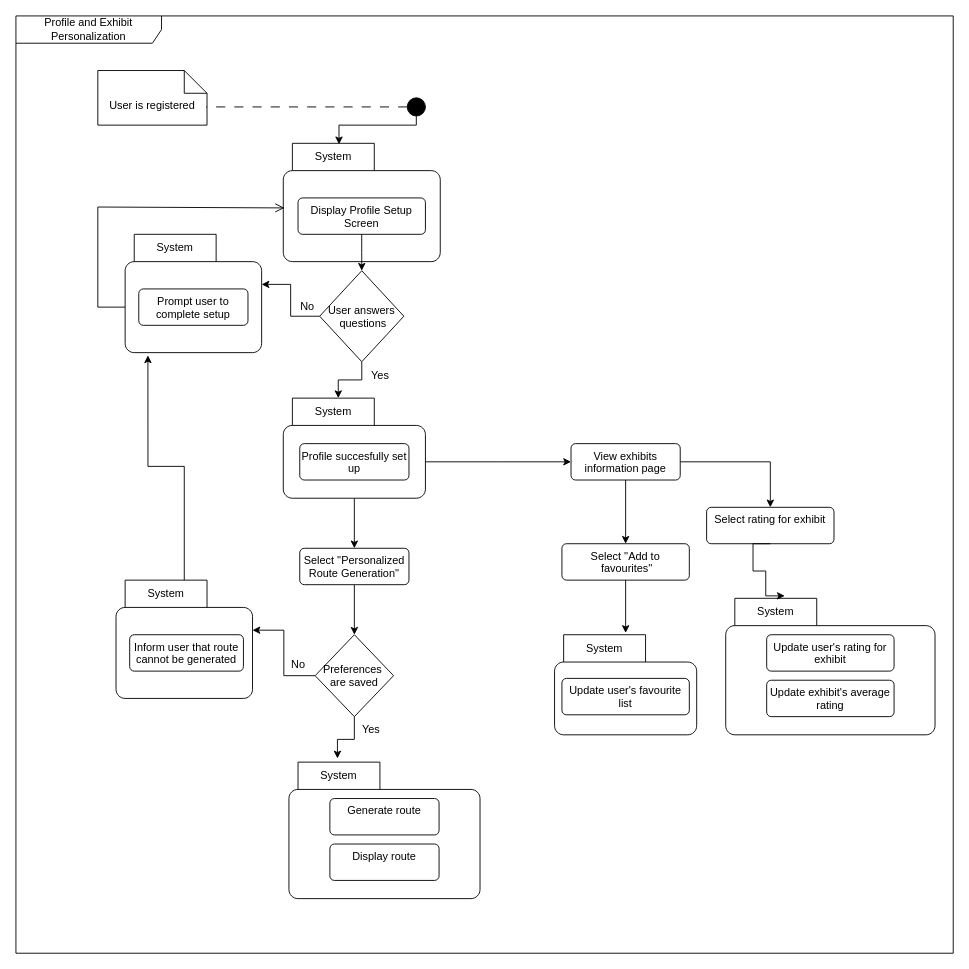
Earlier version of the draw.io diagram Activity Diagrams/Profile and Exhibit Personalization.drawio (gsklaven/MusePath). Source tidied: cells renumbered, new cells numbered last; positions are measured from the earlier drawing's top-left corner, leaving out a move shared by most shapes. Both pictures are drawn from the tidied source at 91%, with x=0, y=0 at pixel (15, 15).
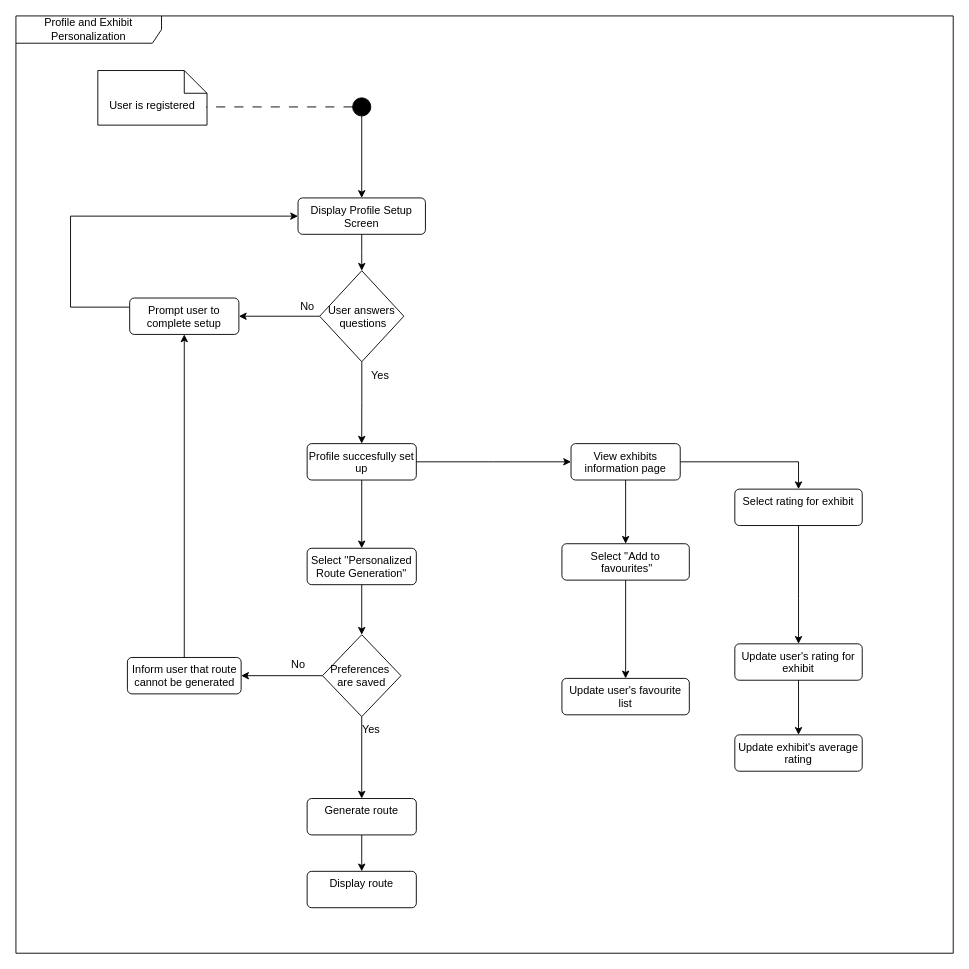
After the change.

Commit message (it also covers changes not shown here):
fix personalization activity diagram

The change refers to these unchanged cells:
```xml
<mxCell id="7" value="Display Profile Setup Screen" style="html=1;align=center;verticalAlign=top;rounded=1;absoluteArcSize=1;arcSize=10;dashed=0;whiteSpace=wrap;" parent="1" vertex="1">
  <mxGeometry x="310" y="200" width="140" height="40" as="geometry" />
</mxCell>
<mxCell id="9" value="User answers&#10; questions" style="rhombus;" parent="1" vertex="1">
  <mxGeometry x="333.8" y="280" width="92.5" height="100" as="geometry" />
</mxCell>
<mxCell id="40" value="Select ''Add to&lt;div&gt;&amp;nbsp;favourites''&lt;/div&gt;" style="html=1;align=center;verticalAlign=top;rounded=1;absoluteArcSize=1;arcSize=10;dashed=0;whiteSpace=wrap;" parent="1" vertex="1">
  <mxGeometry x="600" y="580" width="140" height="40" as="geometry" />
</mxCell>
<mxCell id="43" value="Update user's favourite list" style="html=1;align=center;verticalAlign=top;rounded=1;absoluteArcSize=1;arcSize=10;dashed=0;whiteSpace=wrap;" parent="1" vertex="1">
  <mxGeometry x="600" y="728" width="140" height="40" as="geometry" />
</mxCell>
```

The edit, as a diff of the source:
```diff
@@
-    <mxCell id="2" value="System" style="shape=folder;align=center;verticalAlign=middle;fontStyle=0;tabWidth=100;tabHeight=30;tabPosition=left;html=1;boundedLbl=1;labelInHeader=1;rounded=1;absoluteArcSize=1;arcSize=10;whiteSpace=wrap;" parent="1" vertex="1">
-      <mxGeometry x="293.8" y="140" width="172.5" height="130" as="geometry" />
-    </mxCell>
@@
-    <mxCell id="5" style="ellipse;fillColor=strokeColor;html=1;" parent="1" vertex="1">
-      <mxGeometry x="430" y="90" width="20" height="20" as="geometry" />
-    </mxCell>
@@
-    <mxCell id="8" style="edgeStyle=orthogonalEdgeStyle;rounded=0;jettySize=auto;html=1;exitX=0.5;exitY=1;exitDx=0;exitDy=0;entryX=0.387;entryY=0;entryDx=0;entryDy=0;entryPerimeter=0;" parent="1" edge="1" source="9" target="19">
-      <mxGeometry relative="1" as="geometry" />
-    </mxCell>
+    <mxCell id="50" style="edgeStyle=orthogonalEdgeStyle;rounded=0;jettySize=auto;html=1;entryX=0.5;entryY=0;entryDx=0;entryDy=0;" parent="1" edge="1" source="9" target="23">
+      <mxGeometry relative="1" as="geometry" />
+    </mxCell>
@@
-    <mxCell id="10" value="System" style="shape=folder;align=center;verticalAlign=middle;fontStyle=0;tabWidth=100;tabHeight=30;tabPosition=left;html=1;boundedLbl=1;labelInHeader=1;rounded=1;absoluteArcSize=1;arcSize=10;whiteSpace=wrap;" parent="1" vertex="1">
-      <mxGeometry x="120" y="240" width="150" height="130" as="geometry" />
-    </mxCell>
-    <mxCell id="11" value="Prompt user to complete setup" style="html=1;align=center;verticalAlign=top;rounded=1;absoluteArcSize=1;arcSize=10;dashed=0;whiteSpace=wrap;" parent="1" vertex="1">
-      <mxGeometry x="135" y="300" width="120" height="40" as="geometry" />
-    </mxCell>
-    <mxCell id="12" style="html=1;verticalAlign=bottom;labelBackgroundColor=none;endArrow=none;endFill=0;endSize=6;align=left;rounded=0;" parent="1" edge="1">
-      <mxGeometry x="-1" relative="1" as="geometry">
-        <mxPoint x="90" y="320" as="sourcePoint" />
-        <mxPoint x="90" y="210" as="targetPoint" />
-      </mxGeometry>
-    </mxCell>
-    <mxCell id="13" style="html=1;verticalAlign=bottom;labelBackgroundColor=none;endArrow=none;endFill=0;endSize=6;align=left;rounded=0;" parent="1" edge="1">
-      <mxGeometry x="-1" relative="1" as="geometry">
-        <mxPoint x="90" y="320" as="sourcePoint" />
-        <mxPoint x="120" y="320" as="targetPoint" />
-      </mxGeometry>
-    </mxCell>
+    <mxCell id="51" style="edgeStyle=orthogonalEdgeStyle;rounded=0;jettySize=auto;html=1;entryX=0;entryY=0.5;entryDx=0;entryDy=0;" parent="1" edge="1" source="11" target="7">
+      <mxGeometry relative="1" as="geometry">
+        <Array as="points">
+          <mxPoint x="60" y="320" />
+          <mxPoint x="60" y="220" />
+        </Array>
+      </mxGeometry>
+    </mxCell>
@@
-    <mxCell id="15" style="edgeStyle=orthogonalEdgeStyle;rounded=0;orthogonalLoop=1;jettySize=auto;html=1;exitX=1;exitY=0;exitDx=0;exitDy=0;entryX=0.5;entryY=0;entryDx=0;entryDy=0;" parent="1" edge="1" source="5" target="5">
-      <mxGeometry relative="1" as="geometry" />
-    </mxCell>
-    <mxCell id="16" style="edgeStyle=orthogonalEdgeStyle;rounded=0;jettySize=auto;html=1;entryX=0.355;entryY=0.008;entryDx=0;entryDy=0;entryPerimeter=0;" parent="1" edge="1" source="5" target="2">
+    <mxCell id="16" style="edgeStyle=orthogonalEdgeStyle;rounded=0;jettySize=auto;html=1;entryX=0.5;entryY=0;entryDx=0;entryDy=0;" parent="1" edge="1" source="5" target="7">
       <mxGeometry relative="1" as="geometry">
         <Array as="points">
-          <mxPoint x="440" y="120" />
-          <mxPoint x="355" y="120" />
+          <mxPoint x="380" y="100" />
+          <mxPoint x="380" y="100" />
         </Array>
       </mxGeometry>
     </mxCell>
-    <mxCell id="17" style="edgeStyle=orthogonalEdgeStyle;rounded=0;jettySize=auto;html=1;exitX=0.5;exitY=1;exitDx=0;exitDy=0;exitPerimeter=0;entryX=0.5;entryY=0;entryDx=0;entryDy=0;" parent="1" edge="1" source="19" target="25">
-      <mxGeometry relative="1" as="geometry" />
-    </mxCell>
-    <mxCell id="18" style="edgeStyle=orthogonalEdgeStyle;rounded=0;jettySize=auto;html=1;exitX=0;exitY=0;exitDx=156.25;exitDy=70;exitPerimeter=0;" parent="1" edge="1" source="19">
+    <mxCell id="18" style="edgeStyle=orthogonalEdgeStyle;rounded=0;jettySize=auto;html=1;exitX=1;exitY=0.5;exitDx=0;exitDy=0;" parent="1" edge="1" source="23">
       <mxGeometry relative="1" as="geometry">
         <mxPoint x="610" y="490" as="targetPoint" />
       </mxGeometry>
     </mxCell>
-    <mxCell id="19" value="System" style="shape=folder;align=center;verticalAlign=middle;fontStyle=0;tabWidth=100;tabHeight=30;tabPosition=left;html=1;boundedLbl=1;labelInHeader=1;rounded=1;absoluteArcSize=1;arcSize=10;whiteSpace=wrap;" parent="1" vertex="1">
-      <mxGeometry x="293.8" y="420" width="156.2" height="110" as="geometry" />
-    </mxCell>
-    <mxCell id="20" style="endArrow=open;startArrow=none;endFill=0;startFill=0;endSize=8;html=1;verticalAlign=bottom;labelBackgroundColor=none;strokeWidth=1;rounded=0;entryX=0.007;entryY=0.546;entryDx=0;entryDy=0;entryPerimeter=0;" parent="1" edge="1" target="2">
-      <mxGeometry relative="1" as="geometry">
-        <mxPoint x="90" y="210" as="sourcePoint" />
-      </mxGeometry>
-    </mxCell>
-    <mxCell id="21" style="edgeStyle=orthogonalEdgeStyle;rounded=0;jettySize=auto;html=1;exitX=0;exitY=0.5;exitDx=0;exitDy=0;entryX=0;entryY=0;entryDx=150;entryDy=55;entryPerimeter=0;" parent="1" edge="1" source="9" target="10">
-      <mxGeometry relative="1" as="geometry" />
+    <mxCell id="21" style="edgeStyle=orthogonalEdgeStyle;rounded=0;jettySize=auto;html=1;exitX=0;exitY=0.5;exitDx=0;exitDy=0;entryX=1;entryY=0.5;entryDx=0;entryDy=0;" parent="1" edge="1" source="9" target="11">
+      <mxGeometry relative="1" as="geometry">
+        <Array as="points">
+          <mxPoint x="255" y="330" />
+        </Array>
+      </mxGeometry>
     </mxCell>
@@
-    <mxCell id="23" value="Profile succesfully set up" style="html=1;align=center;verticalAlign=top;rounded=1;absoluteArcSize=1;arcSize=10;dashed=0;whiteSpace=wrap;" parent="1" vertex="1">
-      <mxGeometry x="311.9" y="470" width="120" height="40" as="geometry" />
-    </mxCell>
-    <mxCell id="24" style="edgeStyle=orthogonalEdgeStyle;rounded=0;jettySize=auto;html=1;exitX=0.5;exitY=1;exitDx=0;exitDy=0;entryX=0.5;entryY=0;entryDx=0;entryDy=0;" parent="1" edge="1" source="25" target="27">
-      <mxGeometry relative="1" as="geometry" />
-    </mxCell>
-    <mxCell id="25" value="Select ''Personalized Route Generation''" style="html=1;align=center;verticalAlign=top;rounded=1;absoluteArcSize=1;arcSize=10;dashed=0;whiteSpace=wrap;" parent="1" vertex="1">
-      <mxGeometry x="311.9" y="585" width="120" height="40" as="geometry" />
-    </mxCell>
-    <mxCell id="26" style="edgeStyle=orthogonalEdgeStyle;rounded=0;jettySize=auto;html=1;entryX=0;entryY=0;entryDx=150;entryDy=55;entryPerimeter=0;" parent="1" edge="1" source="27" target="29">
-      <mxGeometry relative="1" as="geometry" />
-    </mxCell>
-    <mxCell id="27" value="Preferences &#10;are saved" style="rhombus;" parent="1" vertex="1">
-      <mxGeometry x="328.8" y="680" width="86.2" height="90" as="geometry" />
-    </mxCell>
@@
-    <mxCell id="29" value="System" style="shape=folder;align=center;verticalAlign=middle;fontStyle=0;tabWidth=100;tabHeight=30;tabPosition=left;html=1;boundedLbl=1;labelInHeader=1;rounded=1;absoluteArcSize=1;arcSize=10;whiteSpace=wrap;" parent="1" vertex="1">
-      <mxGeometry x="110" y="620" width="150" height="130" as="geometry" />
-    </mxCell>
-    <mxCell id="30" style="edgeStyle=orthogonalEdgeStyle;rounded=0;jettySize=auto;html=1;entryX=0.167;entryY=1.023;entryDx=0;entryDy=0;entryPerimeter=0;" parent="1" edge="1" source="29" target="10">
-      <mxGeometry relative="1" as="geometry" />
-    </mxCell>
-    <mxCell id="31" value="Inform user that route cannot be generated" style="html=1;align=center;verticalAlign=top;rounded=1;absoluteArcSize=1;arcSize=10;dashed=0;whiteSpace=wrap;" parent="1" vertex="1">
-      <mxGeometry x="125" y="680" width="125" height="40" as="geometry" />
-    </mxCell>
-    <mxCell id="32" value="System" style="shape=folder;align=center;verticalAlign=middle;fontStyle=0;tabWidth=100;tabHeight=30;tabPosition=left;html=1;boundedLbl=1;labelInHeader=1;rounded=1;absoluteArcSize=1;arcSize=10;whiteSpace=wrap;" parent="1" vertex="1">
-      <mxGeometry x="300" y="820" width="210" height="150" as="geometry" />
-    </mxCell>
-    <mxCell id="33" value="Generate route" style="html=1;align=center;verticalAlign=top;rounded=1;absoluteArcSize=1;arcSize=10;dashed=0;whiteSpace=wrap;" parent="1" vertex="1">
-      <mxGeometry x="345" y="860" width="120" height="40" as="geometry" />
-    </mxCell>
-    <mxCell id="34" style="edgeStyle=orthogonalEdgeStyle;rounded=0;jettySize=auto;html=1;exitX=0.5;exitY=1;exitDx=0;exitDy=0;entryX=0.254;entryY=-0.027;entryDx=0;entryDy=0;entryPerimeter=0;" parent="1" edge="1" source="27" target="32">
-      <mxGeometry relative="1" as="geometry" />
-    </mxCell>
-    <mxCell id="35" value="Display route" style="html=1;align=center;verticalAlign=top;rounded=1;absoluteArcSize=1;arcSize=10;dashed=0;whiteSpace=wrap;" parent="1" vertex="1">
-      <mxGeometry x="345" y="910" width="120" height="40" as="geometry" />
-    </mxCell>
@@
-    <mxCell id="41" value="System" style="shape=folder;align=center;verticalAlign=middle;fontStyle=0;tabWidth=100;tabHeight=30;tabPosition=left;html=1;boundedLbl=1;labelInHeader=1;rounded=1;absoluteArcSize=1;arcSize=10;whiteSpace=wrap;" parent="1" vertex="1">
-      <mxGeometry x="591.9" y="680" width="156.2" height="110" as="geometry" />
-    </mxCell>
-    <mxCell id="42" style="edgeStyle=orthogonalEdgeStyle;rounded=0;jettySize=auto;html=1;exitX=0.5;exitY=1;exitDx=0;exitDy=0;entryX=0.5;entryY=-0.018;entryDx=0;entryDy=0;entryPerimeter=0;" parent="1" edge="1" source="40" target="41">
+    <mxCell id="42" style="edgeStyle=orthogonalEdgeStyle;rounded=0;jettySize=auto;html=1;exitX=0.5;exitY=1;exitDx=0;exitDy=0;entryX=0.5;entryY=0;entryDx=0;entryDy=0;" parent="1" edge="1" source="40" target="43">
       <mxGeometry relative="1" as="geometry" />
     </mxCell>
@@
+    <mxCell id="49" value="Profile and Exhibit Personalization" style="shape=umlFrame;whiteSpace=wrap;html=1;width=160;" parent="1" vertex="1">
+      <mxGeometry width="1030" height="1030" as="geometry" />
+    </mxCell>
+    <mxCell id="35" value="Display route" style="html=1;align=center;verticalAlign=top;rounded=1;absoluteArcSize=1;arcSize=10;dashed=0;whiteSpace=wrap;" parent="49" vertex="1">
+      <mxGeometry x="320" y="940" width="120" height="40" as="geometry" />
+    </mxCell>
+    <mxCell id="48" value="Update exhibit's average rating" style="html=1;align=center;verticalAlign=top;rounded=1;absoluteArcSize=1;arcSize=10;dashed=0;whiteSpace=wrap;" parent="49" vertex="1">
+      <mxGeometry x="790" y="790" width="140" height="40" as="geometry" />
+    </mxCell>
+    <mxCell id="5" style="ellipse;fillColor=strokeColor;html=1;" parent="49" vertex="1">
+      <mxGeometry x="370" y="90" width="20" height="20" as="geometry" />
+    </mxCell>
+    <mxCell id="15" style="edgeStyle=orthogonalEdgeStyle;rounded=0;orthogonalLoop=1;jettySize=auto;html=1;exitX=1;exitY=0;exitDx=0;exitDy=0;entryX=0.5;entryY=0;entryDx=0;entryDy=0;" parent="49" edge="1" source="5" target="5">
+      <mxGeometry relative="1" as="geometry" />
+    </mxCell>
+    <mxCell id="11" value="Prompt user to complete setup" style="html=1;align=center;verticalAlign=top;rounded=1;absoluteArcSize=1;arcSize=10;dashed=0;whiteSpace=wrap;" parent="49" vertex="1">
+      <mxGeometry x="125" y="310" width="120" height="40" as="geometry" />
+    </mxCell>
+    <mxCell id="23" value="Profile succesfully set up" style="html=1;align=center;verticalAlign=top;rounded=1;absoluteArcSize=1;arcSize=10;dashed=0;whiteSpace=wrap;" parent="49" vertex="1">
+      <mxGeometry x="320" y="470" width="120" height="40" as="geometry" />
+    </mxCell>
+    <mxCell id="25" value="Select ''Personalized Route Generation''" style="html=1;align=center;verticalAlign=top;rounded=1;absoluteArcSize=1;arcSize=10;dashed=0;whiteSpace=wrap;" parent="49" vertex="1">
+      <mxGeometry x="320" y="585" width="120" height="40" as="geometry" />
+    </mxCell>
+    <mxCell id="17" style="edgeStyle=orthogonalEdgeStyle;rounded=0;jettySize=auto;html=1;exitX=0.5;exitY=1;exitDx=0;exitDy=0;entryX=0.5;entryY=0;entryDx=0;entryDy=0;" parent="49" edge="1" source="23" target="25">
+      <mxGeometry relative="1" as="geometry" />
+    </mxCell>
+    <mxCell id="27" value="Preferences &#10;are saved" style="rhombus;" parent="49" vertex="1">
+      <mxGeometry x="336.9" y="680" width="86.2" height="90" as="geometry" />
+    </mxCell>
+    <mxCell id="24" style="edgeStyle=orthogonalEdgeStyle;rounded=0;jettySize=auto;html=1;exitX=0.5;exitY=1;exitDx=0;exitDy=0;entryX=0.5;entryY=0;entryDx=0;entryDy=0;" parent="49" edge="1" source="25" target="27">
+      <mxGeometry relative="1" as="geometry" />
+    </mxCell>
+    <mxCell id="33" value="Generate route" style="html=1;align=center;verticalAlign=top;rounded=1;absoluteArcSize=1;arcSize=10;dashed=0;whiteSpace=wrap;" parent="49" vertex="1">
+      <mxGeometry x="320" y="860" width="120" height="40" as="geometry" />
+    </mxCell>
+    <mxCell id="34" style="edgeStyle=orthogonalEdgeStyle;rounded=0;jettySize=auto;html=1;exitX=0.5;exitY=1;exitDx=0;exitDy=0;" parent="49" edge="1" source="27" target="33">
+      <mxGeometry relative="1" as="geometry" />
+    </mxCell>
+    <mxCell id="52" style="edgeStyle=orthogonalEdgeStyle;rounded=0;jettySize=auto;html=1;" parent="49" edge="1" source="33" target="35">
+      <mxGeometry relative="1" as="geometry" />
+    </mxCell>
+    <mxCell id="53" style="edgeStyle=orthogonalEdgeStyle;rounded=0;jettySize=auto;html=1;entryX=0.5;entryY=1;entryDx=0;entryDy=0;" parent="49" edge="1" source="31" target="11">
+      <mxGeometry relative="1" as="geometry" />
+    </mxCell>
+    <mxCell id="31" value="Inform user that route cannot be generated" style="html=1;align=center;verticalAlign=top;rounded=1;absoluteArcSize=1;arcSize=10;dashed=0;whiteSpace=wrap;" parent="49" vertex="1">
+      <mxGeometry x="122.5" y="705" width="125" height="40" as="geometry" />
+    </mxCell>
+    <mxCell id="26" style="edgeStyle=orthogonalEdgeStyle;rounded=0;jettySize=auto;html=1;entryX=1;entryY=0.5;entryDx=0;entryDy=0;" parent="49" edge="1" source="27" target="31">
+      <mxGeometry relative="1" as="geometry" />
+    </mxCell>
-    <mxCell id="44" value="Select rating for exhibit" style="html=1;align=center;verticalAlign=top;rounded=1;absoluteArcSize=1;arcSize=10;dashed=0;whiteSpace=wrap;" parent="1" vertex="1">
-      <mxGeometry x="759" y="540" width="140" height="40" as="geometry" />
+    <mxCell id="44" value="Select rating for exhibit" style="html=1;align=center;verticalAlign=top;rounded=1;absoluteArcSize=1;arcSize=10;dashed=0;whiteSpace=wrap;" parent="49" vertex="1">
+      <mxGeometry x="790" y="520" width="140" height="40" as="geometry" />
     </mxCell>
-    <mxCell id="45" value="System" style="shape=folder;align=center;verticalAlign=middle;fontStyle=0;tabWidth=100;tabHeight=30;tabPosition=left;html=1;boundedLbl=1;labelInHeader=1;rounded=1;absoluteArcSize=1;arcSize=10;whiteSpace=wrap;" parent="1" vertex="1">
-      <mxGeometry x="780" y="640" width="230" height="150" as="geometry" />
-    </mxCell>
+    <mxCell id="47" value="Update user's rating for exhibit" style="html=1;align=center;verticalAlign=top;rounded=1;absoluteArcSize=1;arcSize=10;dashed=0;whiteSpace=wrap;" parent="49" vertex="1">
+      <mxGeometry x="790" y="690" width="140" height="40" as="geometry" />
+    </mxCell>
-    <mxCell id="46" style="edgeStyle=orthogonalEdgeStyle;rounded=0;jettySize=auto;html=1;exitX=0.5;exitY=1;exitDx=0;exitDy=0;entryX=0.282;entryY=-0.018;entryDx=0;entryDy=0;entryPerimeter=0;" parent="1" edge="1" source="44" target="45">
+    <mxCell id="46" style="edgeStyle=orthogonalEdgeStyle;rounded=0;jettySize=auto;html=1;exitX=0.5;exitY=1;exitDx=0;exitDy=0;entryX=0.5;entryY=0;entryDx=0;entryDy=0;" parent="49" edge="1" source="44" target="47">
       <mxGeometry relative="1" as="geometry">
         <Array as="points">
-          <mxPoint x="810" y="580" />
-          <mxPoint x="810" y="610" />
-          <mxPoint x="824" y="610" />
+          <mxPoint x="860" y="640" />
+          <mxPoint x="860" y="640" />
         </Array>
       </mxGeometry>
     </mxCell>
-    <mxCell id="47" value="Update user's rating for exhibit" style="html=1;align=center;verticalAlign=top;rounded=1;absoluteArcSize=1;arcSize=10;dashed=0;whiteSpace=wrap;" parent="1" vertex="1">
-      <mxGeometry x="825" y="680" width="140" height="40" as="geometry" />
-    </mxCell>
-    <mxCell id="48" value="Update exhibit's average rating" style="html=1;align=center;verticalAlign=top;rounded=1;absoluteArcSize=1;arcSize=10;dashed=0;whiteSpace=wrap;" parent="1" vertex="1">
-      <mxGeometry x="825" y="730" width="140" height="40" as="geometry" />
-    </mxCell>
-    <mxCell id="49" value="Profile and Exhibit Personalization" style="shape=umlFrame;whiteSpace=wrap;html=1;width=160;" parent="1" vertex="1">
-      <mxGeometry width="1030" height="1030" as="geometry" />
-    </mxCell>
+    <mxCell id="54" style="edgeStyle=orthogonalEdgeStyle;rounded=0;jettySize=auto;html=1;" parent="49" edge="1" source="47" target="48">
+      <mxGeometry relative="1" as="geometry" />
+    </mxCell>
```
